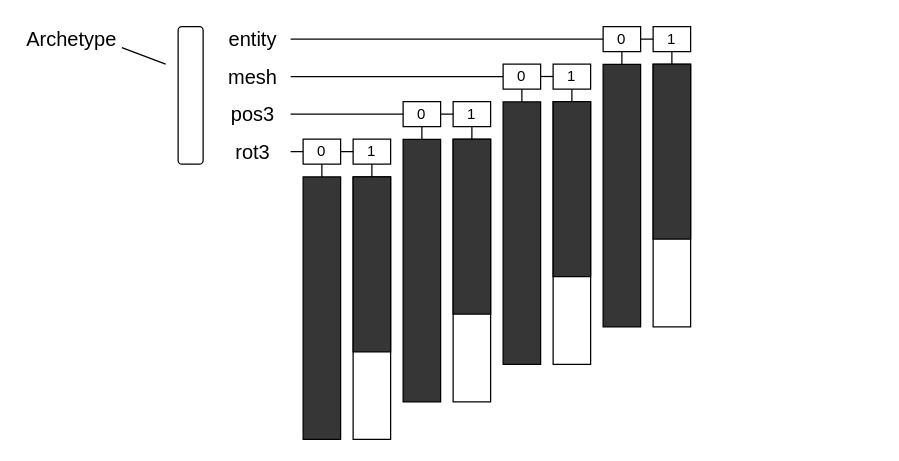
Before: ECS/ECS_Layout_Lists_of_Arrays.drawio in PaperPrototype/flowchart-diagrams, a draw.io diagram. Source tidied: cells renumbered, new cells numbered last; positions are measured from the earlier drawing's top-left corner, leaving out a move shared by most shapes. Both pictures are drawn from the tidied source at 125%, with x=0, y=0 at pixel (21, 21).
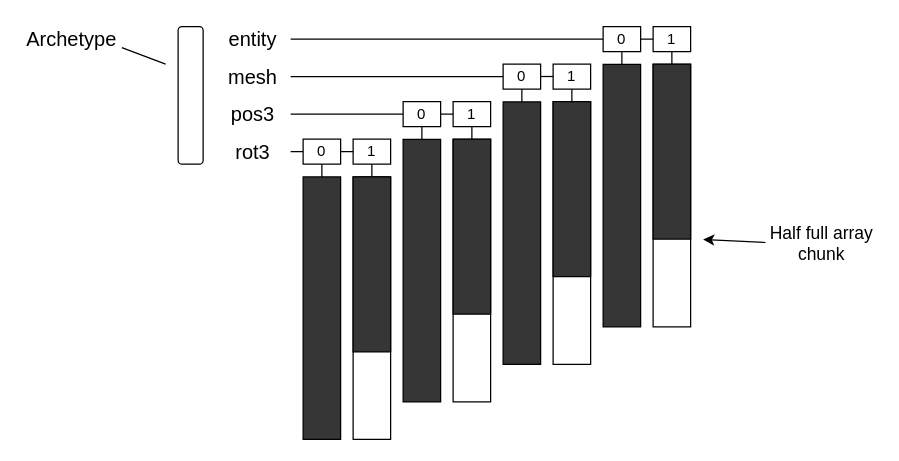
The same diagram, later.

What changed in the source:
```diff
@@
+    <mxCell id="45" value="Half full array chunk" style="text;html=1;strokeColor=none;fillColor=none;align=center;verticalAlign=middle;whiteSpace=wrap;rounded=0;fontSize=14;" parent="1" vertex="1">
+      <mxGeometry x="595" y="159" width="90" height="35" as="geometry" />
+    </mxCell>
+    <mxCell id="46" style="endArrow=classic;html=1;exitX=0;exitY=0.5;exitDx=0;exitDy=0;" parent="1" edge="1" source="45">
+      <mxGeometry relative="1" as="geometry">
+        <mxPoint x="545" y="174" as="targetPoint" />
+      </mxGeometry>
+    </mxCell>
```
